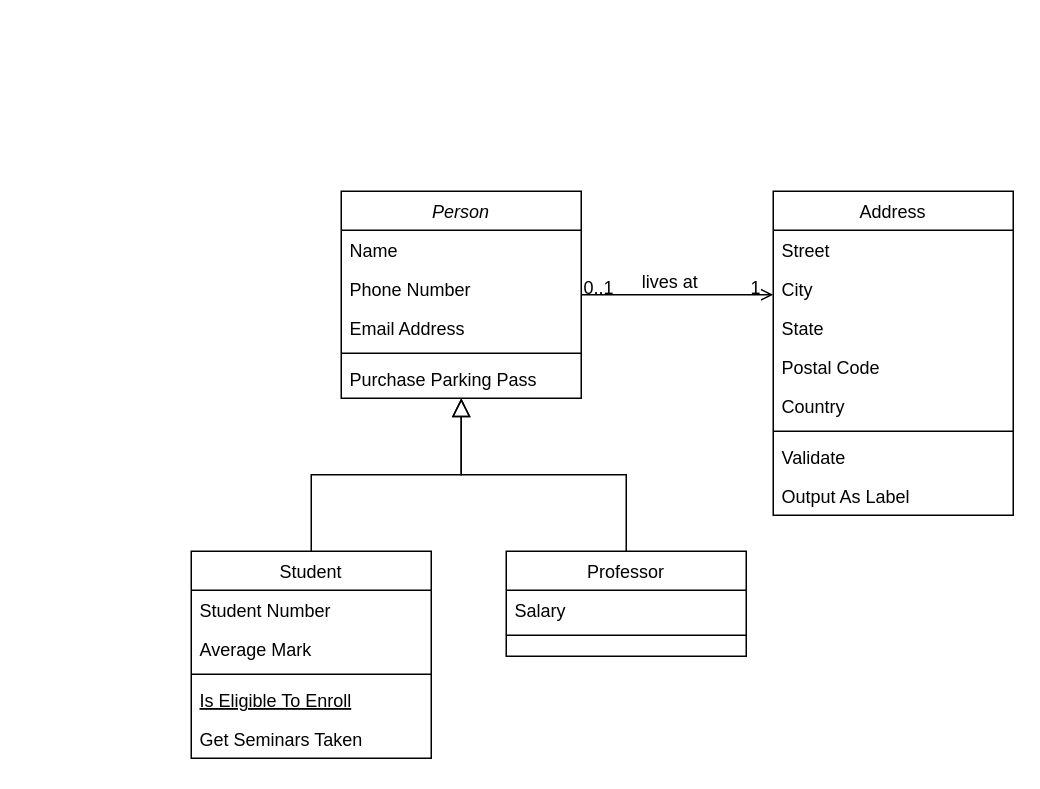
Above: Диаграмма без названия.drawio in kolbasist/CableGlandSelectionTool (draw.io), before the change. Source tidied: cells renumbered, new cells numbered last; positions are measured from the earlier drawing's top-left corner, leaving out a move shared by most shapes. Both pictures are drawn from the tidied source at 150%, with x=0, y=0 at pixel (190, 190).
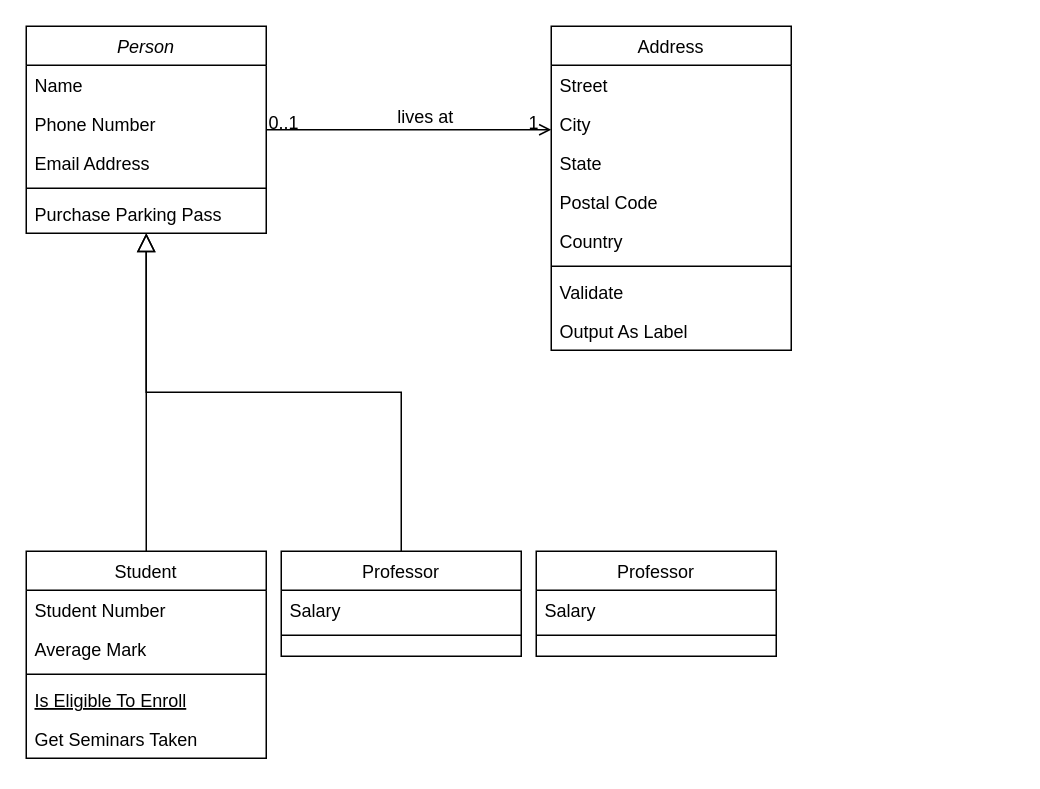
Above is the later version.

Diff of the diagram source:
```diff
@@
     <mxCell id="2" value="Person" style="swimlane;fontStyle=2;align=center;verticalAlign=top;horizontal=1;startSize=26;rounded=0;shadow=0;strokeWidth=1;" parent="1" vertex="1">
-      <mxGeometry x="100" width="160" height="138" as="geometry" />
+      <mxGeometry x="-110" y="-110" width="160" height="138" as="geometry" />
     </mxCell>
@@
     <mxCell id="8" value="Student" style="swimlane;fontStyle=0;align=center;verticalAlign=top;horizontal=1;startSize=26;rounded=0;shadow=0;strokeWidth=1;" parent="1" vertex="1">
-      <mxGeometry y="240" width="160" height="138" as="geometry" />
+      <mxGeometry x="-110" y="240" width="160" height="138" as="geometry" />
     </mxCell>
@@
     <mxCell id="15" value="Professor" style="swimlane;fontStyle=0;align=center;verticalAlign=top;horizontal=1;startSize=26;rounded=0;shadow=0;strokeWidth=1;" parent="1" vertex="1">
-      <mxGeometry x="210" y="240" width="160" height="70" as="geometry" />
+      <mxGeometry x="60" y="240" width="160" height="70" as="geometry" />
     </mxCell>
@@
     <mxCell id="19" value="Address" style="swimlane;fontStyle=0;align=center;verticalAlign=top;horizontal=1;startSize=26;rounded=0;shadow=0;strokeWidth=1;" parent="1" vertex="1">
-      <mxGeometry x="388" width="160" height="216" as="geometry" />
+      <mxGeometry x="240" y="-110" width="160" height="216" as="geometry" />
     </mxCell>
@@
+    <mxCell id="32" value="Professor" style="swimlane;fontStyle=0;align=center;verticalAlign=top;horizontal=1;startSize=26;rounded=0;shadow=0;strokeWidth=1;" parent="1" vertex="1">
+      <mxGeometry x="230" y="240" width="160" height="70" as="geometry" />
+    </mxCell>
+    <mxCell id="33" value="Salary" style="text;align=left;verticalAlign=top;spacingLeft=4;spacingRight=4;overflow=hidden;" parent="32" vertex="1">
+      <mxGeometry y="26" width="160" height="26" as="geometry" />
+    </mxCell>
+    <mxCell id="34" style="line;html=1;strokeWidth=1;align=left;verticalAlign=middle;spacingTop=-1;spacingLeft=3;spacingRight=3;labelPosition=right;" parent="32" vertex="1">
+      <mxGeometry y="52" width="160" height="8" as="geometry" />
+    </mxCell>
```
